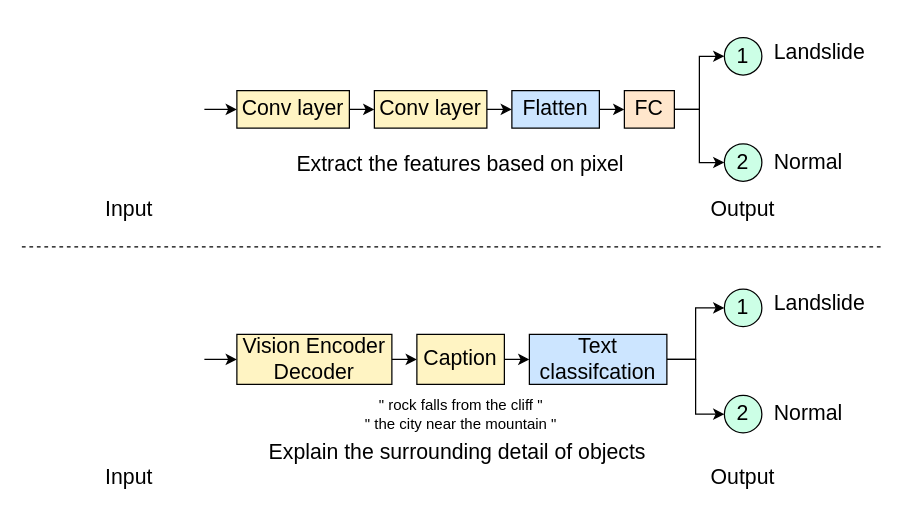
The draw.io diagram page "Proposed method" (4 of 7) of Architecture.drawio in MingNarongthat/Anomaly_Transformers, before the edit. Source tidied: cells renumbered, new cells numbered last; positions are measured from the earlier drawing's top-left corner, leaving out a move shared by most shapes. Both pictures are drawn from the tidied source at 125%, with x=0, y=0 at pixel (21, 34).
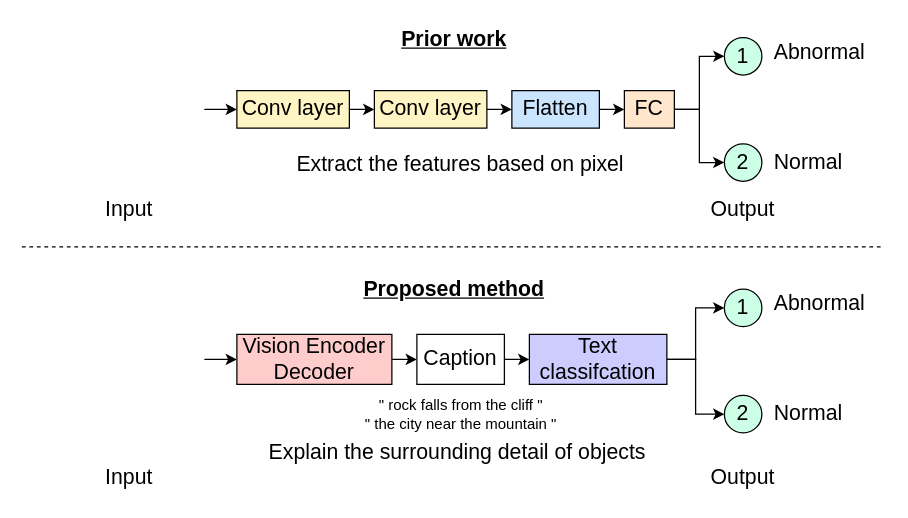
The same diagram, later.

The edit, as a diff of the source:
```diff
@@
-    <mxCell id="11" value="Landslide" style="rounded=0;whiteSpace=wrap;html=1;fontSize=17;fillColor=none;strokeColor=none;align=left;" parent="1" vertex="1">
+    <mxCell id="11" value="Abnormal" style="rounded=0;whiteSpace=wrap;html=1;fontSize=17;fillColor=none;strokeColor=none;align=left;" parent="1" vertex="1">
       <mxGeometry x="600" width="90" height="30" as="geometry" />
     </mxCell>
@@
-    <mxCell id="17" value="Vision Encoder Decoder" style="rounded=0;whiteSpace=wrap;html=1;fontSize=17;fillColor=#FFF4C3;" parent="1" vertex="1">
+    <mxCell id="17" value="Vision Encoder Decoder" style="rounded=0;whiteSpace=wrap;html=1;fontSize=17;fillColor=#FFCCCC;" parent="1" vertex="1">
       <mxGeometry x="172" y="240" width="124" height="40" as="geometry" />
     </mxCell>
@@
-    <mxCell id="19" value="Caption" style="rounded=0;whiteSpace=wrap;html=1;fontSize=17;fillColor=#FFF4C3;" parent="1" vertex="1">
+    <mxCell id="19" value="Caption" style="rounded=0;whiteSpace=wrap;html=1;fontSize=17;" parent="1" vertex="1">
       <mxGeometry x="316" y="240" width="70" height="40" as="geometry" />
     </mxCell>
@@
-    <mxCell id="22" value="Text classifcation" style="rounded=0;whiteSpace=wrap;html=1;fontSize=17;fillColor=#CCE5FF;" parent="1" vertex="1">
+    <mxCell id="22" value="Text classifcation" style="rounded=0;whiteSpace=wrap;html=1;fontSize=17;fillColor=#CCCCFF;" parent="1" vertex="1">
       <mxGeometry x="406" y="240" width="110" height="40" as="geometry" />
     </mxCell>
-    <mxCell id="23" value="Landslide" style="rounded=0;whiteSpace=wrap;html=1;fontSize=17;fillColor=none;strokeColor=none;align=left;" parent="1" vertex="1">
+    <mxCell id="23" value="Abnormal" style="rounded=0;whiteSpace=wrap;html=1;fontSize=17;fillColor=none;strokeColor=none;align=left;" parent="1" vertex="1">
       <mxGeometry x="600" y="201.2" width="90" height="30" as="geometry" />
     </mxCell>
@@
+    <mxCell id="38" value="&lt;b&gt;&lt;u&gt;Prior work&lt;/u&gt;&lt;/b&gt;" style="rounded=0;whiteSpace=wrap;html=1;fontSize=17;fillColor=none;strokeColor=none;align=center;" parent="1" vertex="1">
+      <mxGeometry x="186" y="-10" width="320" height="30" as="geometry" />
+    </mxCell>
+    <mxCell id="39" value="&lt;b&gt;&lt;u&gt;Proposed method&lt;/u&gt;&lt;/b&gt;" style="rounded=0;whiteSpace=wrap;html=1;fontSize=17;fillColor=none;strokeColor=none;align=center;" parent="1" vertex="1">
+      <mxGeometry x="186" y="190" width="320" height="30" as="geometry" />
+    </mxCell>
```
